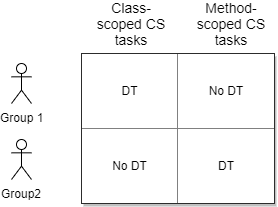
christianorossini/masterProject keeps this draw.io diagram as docs/diagramas/Latim_square_desing.png. Above is the earlier version. Source tidied: cells renumbered, new cells last; positions are measured from the earlier drawing's top-left corner, leaving out a move shared by most shapes. Source of this version:
```xml
<mxGraphModel>
  <root>
    <mxCell id="0" />
    <mxCell id="1" parent="0" />
    <mxCell id="2" value="Group 1" style="shape=umlActor;verticalLabelPosition=bottom;labelBackgroundColor=#ffffff;verticalAlign=top;html=1;" parent="1" vertex="1">
      <mxGeometry y="50" width="20" height="40" as="geometry" />
    </mxCell>
    <mxCell id="3" value="Group2" style="shape=umlActor;verticalLabelPosition=bottom;labelBackgroundColor=#ffffff;verticalAlign=top;html=1;" parent="1" vertex="1">
      <mxGeometry y="126" width="20" height="40" as="geometry" />
    </mxCell>
    <mxCell id="4" value="&lt;table border=&quot;1&quot; width=&quot;100%&quot; style=&quot;width: 100% ; height: 100% ; border-collapse: collapse&quot;&gt;&lt;tbody&gt;&lt;tr&gt;&lt;td align=&quot;center&quot;&gt;DT&lt;/td&gt;&lt;td align=&quot;center&quot;&gt;No DT&lt;/td&gt;&lt;/tr&gt;&lt;tr&gt;&lt;td align=&quot;center&quot;&gt;No DT&lt;/td&gt;&lt;td align=&quot;center&quot;&gt;DT&lt;/td&gt;&lt;/tr&gt;&lt;/tbody&gt;&lt;/table&gt;" style="text;html=1;strokeColor=none;fillColor=#ffffff;overflow=fill;rounded=0;shadow=1;glass=0;comic=0;perimeterSpacing=2;strokeWidth=2;" parent="1" vertex="1">
      <mxGeometry x="70" y="40" width="193" height="150" as="geometry" />
    </mxCell>
    <mxCell id="5" value="Class-scoped CS tasks" style="text;html=1;strokeColor=none;fillColor=none;align=center;verticalAlign=middle;whiteSpace=wrap;rounded=0;shadow=1;glass=0;comic=0;fontSize=14;" parent="1" vertex="1">
      <mxGeometry x="80" width="80" height="20" as="geometry" />
    </mxCell>
    <mxCell id="6" value="Method-scoped CS tasks" style="text;html=1;strokeColor=none;fillColor=none;align=center;verticalAlign=middle;whiteSpace=wrap;rounded=0;shadow=1;glass=0;comic=0;fontSize=14;" parent="1" vertex="1">
      <mxGeometry x="180" width="80" height="20" as="geometry" />
    </mxCell>
  </root>
</mxGraphModel>
```
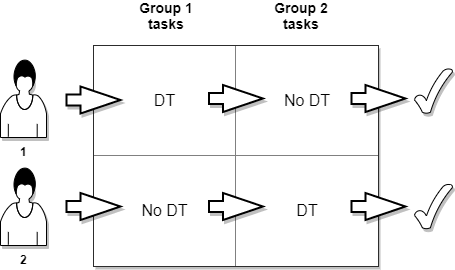
After the commit.

The edit, as a diff of the source:
```diff
@@ -2,20 +2,44 @@
   <root>
     <mxCell id="0" />
     <mxCell id="1" parent="0" />
-    <mxCell id="2" value="Group 1" style="shape=umlActor;verticalLabelPosition=bottom;labelBackgroundColor=#ffffff;verticalAlign=top;html=1;" parent="1" vertex="1">
-      <mxGeometry y="50" width="20" height="40" as="geometry" />
-    </mxCell>
-    <mxCell id="3" value="Group2" style="shape=umlActor;verticalLabelPosition=bottom;labelBackgroundColor=#ffffff;verticalAlign=top;html=1;" parent="1" vertex="1">
-      <mxGeometry y="126" width="20" height="40" as="geometry" />
-    </mxCell>
-    <mxCell id="4" value="&lt;table border=&quot;1&quot; width=&quot;100%&quot; style=&quot;width: 100% ; height: 100% ; border-collapse: collapse&quot;&gt;&lt;tbody&gt;&lt;tr&gt;&lt;td align=&quot;center&quot;&gt;DT&lt;/td&gt;&lt;td align=&quot;center&quot;&gt;No DT&lt;/td&gt;&lt;/tr&gt;&lt;tr&gt;&lt;td align=&quot;center&quot;&gt;No DT&lt;/td&gt;&lt;td align=&quot;center&quot;&gt;DT&lt;/td&gt;&lt;/tr&gt;&lt;/tbody&gt;&lt;/table&gt;" style="text;html=1;strokeColor=none;fillColor=#ffffff;overflow=fill;rounded=0;shadow=1;glass=0;comic=0;perimeterSpacing=2;strokeWidth=2;" parent="1" vertex="1">
-      <mxGeometry x="70" y="40" width="193" height="150" as="geometry" />
+    <mxCell id="4" value="&lt;table border=&quot;1&quot; width=&quot;100%&quot; style=&quot;width: 100%; height: 100%; border-collapse: collapse; font-size: 16px;&quot;&gt;&lt;tbody style=&quot;font-size: 16px;&quot;&gt;&lt;tr style=&quot;font-size: 16px;&quot;&gt;&lt;td align=&quot;center&quot; style=&quot;font-size: 16px;&quot;&gt;DT&lt;/td&gt;&lt;td align=&quot;center&quot; style=&quot;font-size: 16px;&quot;&gt;No DT&lt;/td&gt;&lt;/tr&gt;&lt;tr style=&quot;font-size: 16px;&quot;&gt;&lt;td align=&quot;center&quot; style=&quot;font-size: 16px;&quot;&gt;No DT&lt;/td&gt;&lt;td align=&quot;center&quot; style=&quot;font-size: 16px;&quot;&gt;DT&lt;/td&gt;&lt;/tr&gt;&lt;/tbody&gt;&lt;/table&gt;" style="text;html=1;strokeColor=none;fillColor=#ffffff;overflow=fill;rounded=0;shadow=1;glass=0;comic=0;perimeterSpacing=2;strokeWidth=2;fontSize=16;" parent="1" vertex="1">
+      <mxGeometry x="70" y="40" width="285" height="221" as="geometry" />
     </mxCell>
-    <mxCell id="5" value="Class-scoped CS tasks" style="text;html=1;strokeColor=none;fillColor=none;align=center;verticalAlign=middle;whiteSpace=wrap;rounded=0;shadow=1;glass=0;comic=0;fontSize=14;" parent="1" vertex="1">
-      <mxGeometry x="80" width="80" height="20" as="geometry" />
+    <mxCell id="5" value="Group 1 tasks" style="text;html=1;strokeColor=none;fillColor=none;align=center;verticalAlign=middle;whiteSpace=wrap;rounded=0;shadow=1;glass=0;comic=0;fontSize=14;fontStyle=1;" parent="1" vertex="1">
+      <mxGeometry x="103" width="80" height="20" as="geometry" />
     </mxCell>
-    <mxCell id="6" value="Method-scoped CS tasks" style="text;html=1;strokeColor=none;fillColor=none;align=center;verticalAlign=middle;whiteSpace=wrap;rounded=0;shadow=1;glass=0;comic=0;fontSize=14;" parent="1" vertex="1">
-      <mxGeometry x="180" width="80" height="20" as="geometry" />
+    <mxCell id="6" value="Group 2 tasks" style="text;html=1;strokeColor=none;fillColor=none;align=center;verticalAlign=middle;whiteSpace=wrap;rounded=0;shadow=1;glass=0;comic=0;fontSize=14;fontStyle=1;" parent="1" vertex="1">
+      <mxGeometry x="238" width="80" height="20" as="geometry" />
     </mxCell>
+    <mxCell id="7" value="1" style="shape=mxgraph.bpmn.user_task;html=1;rounded=1;shadow=1;fillColor=#ffffff;verticalAlign=top;labelPosition=center;verticalLabelPosition=bottom;align=center;fontStyle=1;" parent="1" vertex="1">
+      <mxGeometry x="-23" y="54" width="46" height="78" as="geometry" />
+    </mxCell>
+    <mxCell id="8" value="2" style="shape=mxgraph.bpmn.user_task;html=1;rounded=1;shadow=1;fillColor=#ffffff;verticalAlign=top;labelPosition=center;verticalLabelPosition=bottom;align=center;fontStyle=1;" parent="1" vertex="1">
+      <mxGeometry x="-23" y="162" width="46" height="78" as="geometry" />
+    </mxCell>
+    <mxCell id="9" style="verticalLabelPosition=bottom;verticalAlign=top;html=1;strokeWidth=2;shape=mxgraph.arrows2.arrow;dy=0.6;dx=40;notch=0;rounded=1;shadow=1;fillColor=#ffffff;" parent="1" vertex="1">
+      <mxGeometry x="43" y="81" width="54" height="27" as="geometry" />
+    </mxCell>
+    <mxCell id="10" style="verticalLabelPosition=bottom;verticalAlign=top;html=1;strokeWidth=2;shape=mxgraph.arrows2.arrow;dy=0.6;dx=40;notch=0;rounded=1;shadow=1;fillColor=#ffffff;" parent="1" vertex="1">
+      <mxGeometry x="185.5" y="79.5" width="54" height="27" as="geometry" />
+    </mxCell>
+    <mxCell id="11" style="verticalLabelPosition=bottom;verticalAlign=top;html=1;strokeWidth=2;shape=mxgraph.arrows2.arrow;dy=0.6;dx=40;notch=0;rounded=1;shadow=1;fillColor=#ffffff;" parent="1" vertex="1">
+      <mxGeometry x="328" y="79.5" width="54" height="27" as="geometry" />
+    </mxCell>
+    <mxCell id="12" style="verticalLabelPosition=bottom;verticalAlign=top;html=1;strokeWidth=2;shape=mxgraph.arrows2.arrow;dy=0.6;dx=40;notch=0;rounded=1;shadow=1;fillColor=#ffffff;" parent="1" vertex="1">
+      <mxGeometry x="43" y="187.5" width="54" height="27" as="geometry" />
+    </mxCell>
+    <mxCell id="13" style="verticalLabelPosition=bottom;verticalAlign=top;html=1;strokeWidth=2;shape=mxgraph.arrows2.arrow;dy=0.6;dx=40;notch=0;rounded=1;shadow=1;fillColor=#ffffff;" parent="1" vertex="1">
+      <mxGeometry x="185.5" y="187.5" width="54" height="27" as="geometry" />
+    </mxCell>
+    <mxCell id="14" style="verticalLabelPosition=bottom;verticalAlign=top;html=1;strokeWidth=2;shape=mxgraph.arrows2.arrow;dy=0.6;dx=40;notch=0;rounded=1;shadow=1;fillColor=#ffffff;" parent="1" vertex="1">
+      <mxGeometry x="328" y="187.5" width="54" height="27" as="geometry" />
+    </mxCell>
+    <mxCell id="15" style="verticalLabelPosition=bottom;verticalAlign=top;html=1;shape=mxgraph.basic.tick;rounded=1;shadow=1;fillColor=#ffffff;fontSize=16;" parent="1" vertex="1">
+      <mxGeometry x="391" y="63" width="38" height="45" as="geometry" />
+    </mxCell>
+    <mxCell id="16" style="verticalLabelPosition=bottom;verticalAlign=top;html=1;shape=mxgraph.basic.tick;rounded=1;shadow=1;fillColor=#ffffff;fontSize=16;" parent="1" vertex="1">
+      <mxGeometry x="391" y="178.5" width="38" height="45" as="geometry" />
+    </mxCell>
   </root>
 </mxGraphModel>
```
